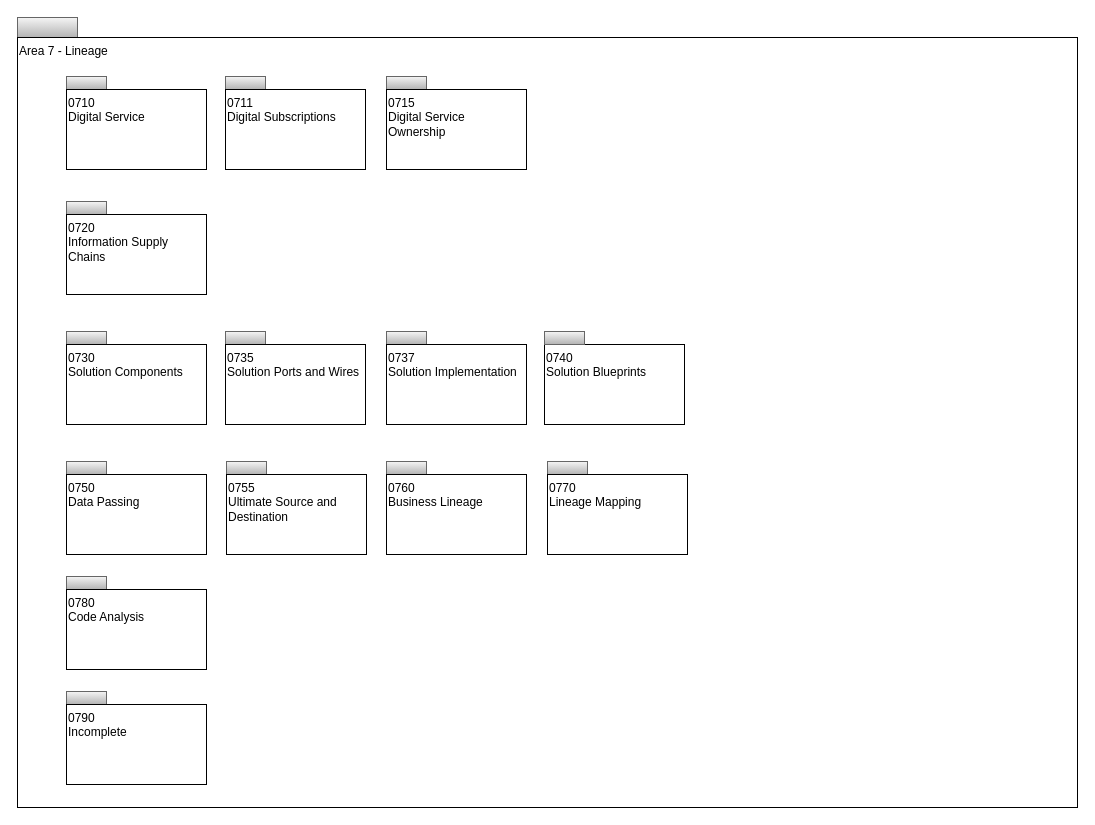
Above: page "Overview" (1 of 17) of site/docs/types/7/area-7-lineage.drawio in odpi/egeria-docs (draw.io), before the change. Source tidied: cells renumbered, new cells numbered last; positions are measured from the earlier drawing's top-left corner, leaving out a move shared by most shapes. Both pictures are drawn from the tidied source at 100%, with x=0, y=0 at pixel (17, 17).
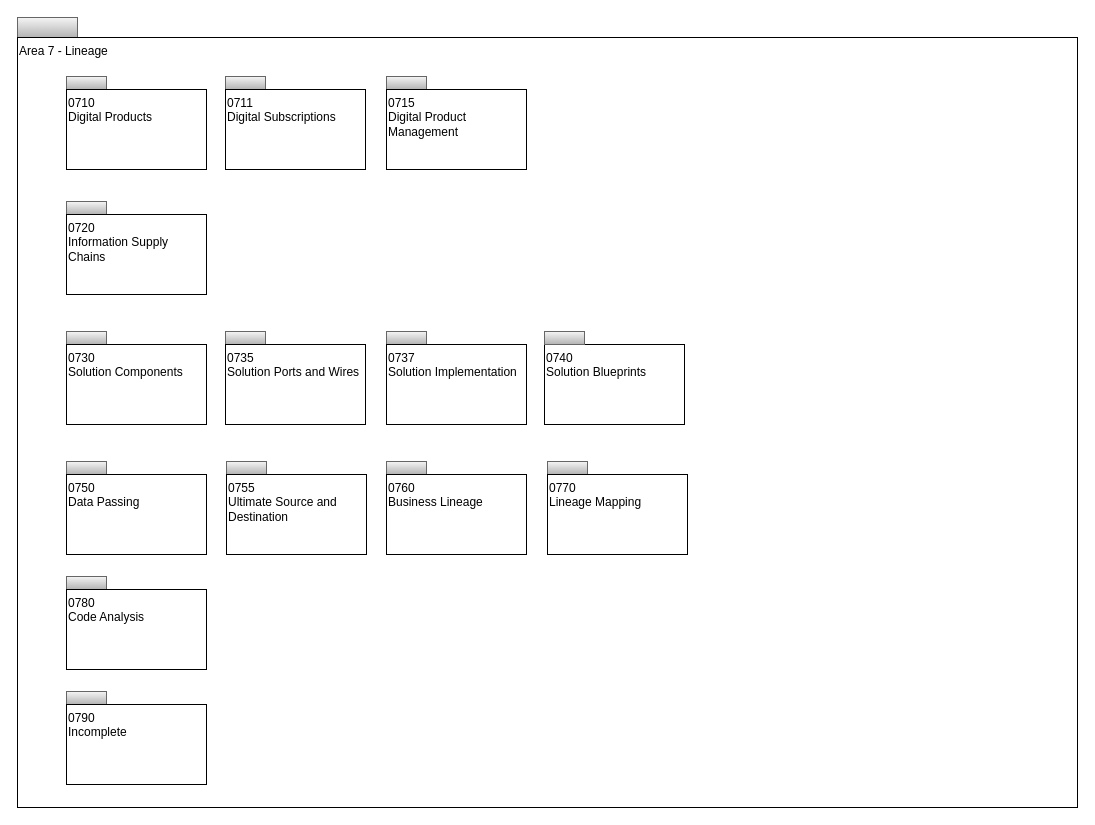
After the change.

Diff of the diagram source:
```diff
@@
-    <mxCell id="5" value="0710&lt;br&gt;Digital Service" style="rounded=0;whiteSpace=wrap;html=1;align=left;verticalAlign=top;" parent="1" vertex="1">
+    <mxCell id="5" value="0710&lt;br&gt;Digital Products" style="rounded=0;whiteSpace=wrap;html=1;align=left;verticalAlign=top;" parent="1" vertex="1">
       <mxGeometry x="49" y="72" width="140" height="80" as="geometry" />
     </mxCell>
@@
-    <mxCell id="29" value="0715&lt;br&gt;Digital Service&lt;br&gt;Ownership" style="rounded=0;whiteSpace=wrap;html=1;align=left;verticalAlign=top;" parent="1" vertex="1">
+    <mxCell id="29" value="0715&lt;br&gt;Digital Product&lt;br&gt;Management" style="rounded=0;whiteSpace=wrap;html=1;align=left;verticalAlign=top;" parent="1" vertex="1">
       <mxGeometry x="369" y="72" width="140" height="80" as="geometry" />
     </mxCell>
```
